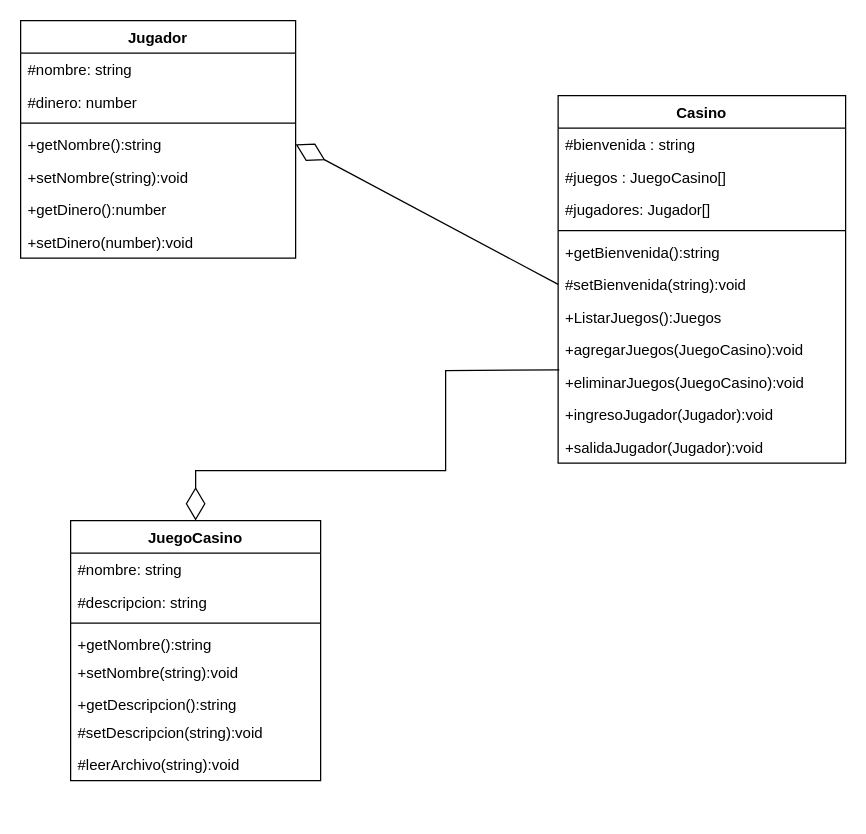
Above: page "CASINO" (4 of 6) of MaquinaTragamonedas.drawio in gceballos23/Casino (draw.io), before the change. Source tidied: cells renumbered, new cells numbered last; positions are measured from the earlier drawing's top-left corner, leaving out a move shared by most shapes. Both pictures are drawn from the tidied source at 125%, with x=0, y=0 at pixel (20, 20).
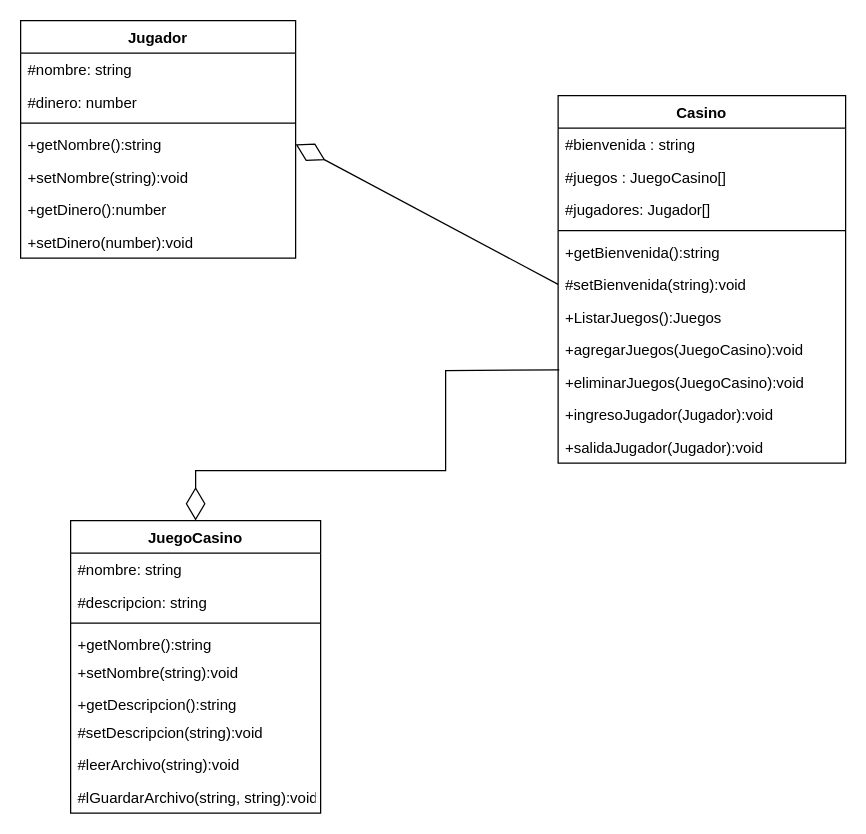
The same diagram, later.

What changed in the source:
```diff
@@
     <mxCell id="22" value="JuegoCasino" style="swimlane;fontStyle=1;align=center;verticalAlign=top;horizontal=1;startSize=26;" parent="1" vertex="1">
-      <mxGeometry x="40" y="400" width="200" height="208" as="geometry" />
+      <mxGeometry x="40" y="400" width="200" height="234" as="geometry" />
     </mxCell>
@@
+    <mxCell id="33" value="#lGuardarArchivo(string, string):void" style="text;strokeColor=none;fillColor=none;align=left;verticalAlign=top;spacingLeft=4;spacingRight=4;overflow=hidden;" parent="22" vertex="1">
+      <mxGeometry y="208" width="200" height="26" as="geometry" />
+    </mxCell>
```
